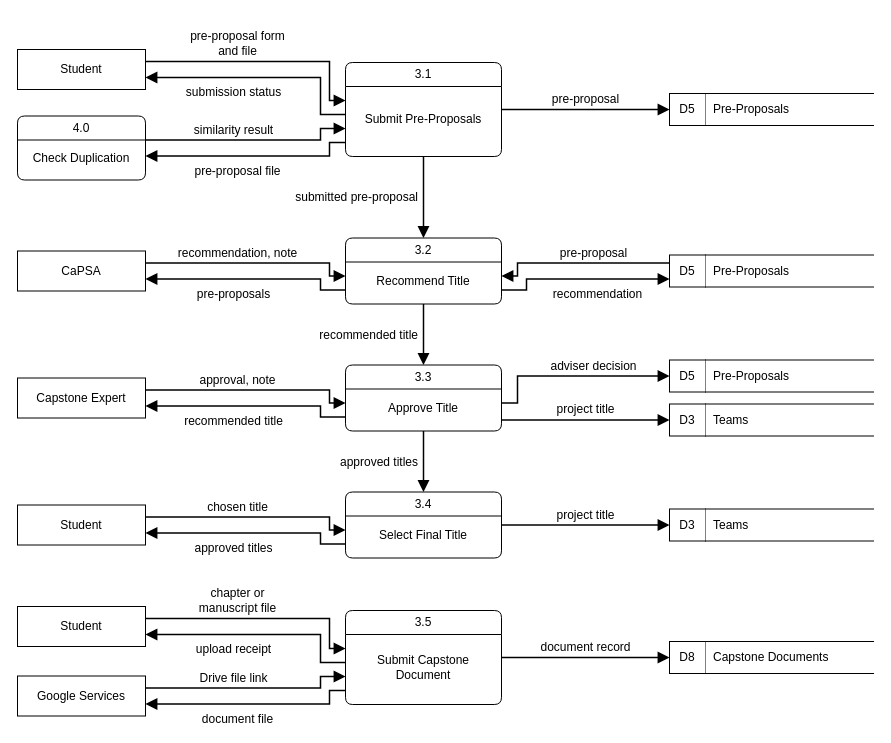
Before: docs/diagrams/06-dfd-level-1-3-manage-documents-titles.drawio in M21thony/capstrack, a draw.io diagram. Source tidied: cells renumbered, new cells numbered last; positions are measured from the earlier drawing's top-left corner, leaving out a move shared by most shapes. Both pictures are drawn from the tidied source at 100%, with x=0, y=0 at pixel (17, 49).
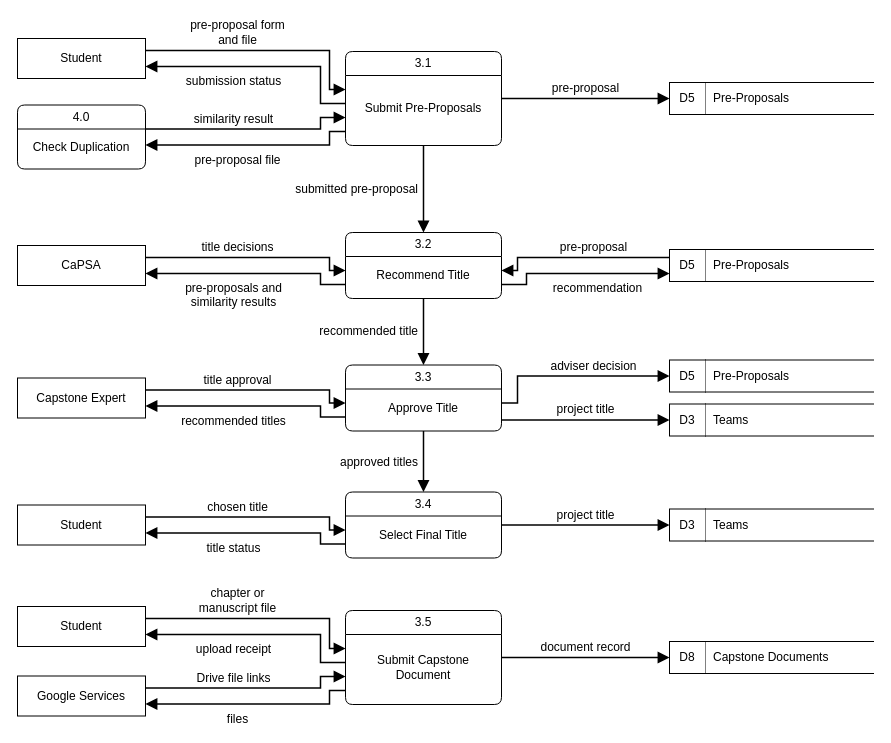
The same page after the edit.

Unchanged cells that the change refers to:
```xml
<mxCell id="25" value="Capstone Expert" style="rounded=0;whiteSpace=wrap;html=1;fillColor=#ffffff;fontSize=12;strokeColor=#000000;fontFamily=Helvetica;fontColor=#000000;" parent="1" vertex="1">
  <mxGeometry y="328.5" width="128" height="40" as="geometry" />
</mxCell>
<mxCell id="32" value="3.3" style="swimlane;shape=swimlane;rounded=1;arcSize=10;startSize=24;html=1;whiteSpace=wrap;fillColor=#ffffff;swimlaneFillColor=#ffffff;fontStyle=0;fontSize=12;strokeColor=#000000;fontFamily=Helvetica;fontColor=#000000;" parent="1" vertex="1">
  <mxGeometry x="328" y="315.5" width="156" height="66" as="geometry" />
</mxCell>
<mxCell id="38" value="Student" style="rounded=0;whiteSpace=wrap;html=1;fillColor=#ffffff;fontSize=12;strokeColor=#000000;fontFamily=Helvetica;fontColor=#000000;" parent="1" vertex="1">
  <mxGeometry y="455.5" width="128" height="40" as="geometry" />
</mxCell>
<mxCell id="42" value="3.4" style="swimlane;shape=swimlane;rounded=1;arcSize=10;startSize=24;html=1;whiteSpace=wrap;fillColor=#ffffff;swimlaneFillColor=#ffffff;fontStyle=0;fontSize=12;strokeColor=#000000;fontFamily=Helvetica;fontColor=#000000;" parent="1" vertex="1">
  <mxGeometry x="328" y="442.5" width="156" height="66" as="geometry" />
</mxCell>
<mxCell id="48" value="Google Services" style="rounded=0;whiteSpace=wrap;html=1;fillColor=#ffffff;fontSize=12;strokeColor=#000000;fontFamily=Helvetica;fontColor=#000000;" parent="1" vertex="1">
  <mxGeometry y="626.5" width="128" height="40" as="geometry" />
</mxCell>
<mxCell id="52" value="3.5" style="swimlane;shape=swimlane;rounded=1;arcSize=10;startSize=24;html=1;whiteSpace=wrap;fillColor=#ffffff;swimlaneFillColor=#ffffff;fontStyle=0;fontSize=12;strokeColor=#000000;fontFamily=Helvetica;fontColor=#000000;" parent="1" vertex="1">
  <mxGeometry x="328" y="561" width="156" height="94" as="geometry" />
</mxCell>
```

The edit, as a diff of the source:
```diff
@@
     <mxCell id="2" value="Student" style="rounded=0;whiteSpace=wrap;html=1;fillColor=#ffffff;fontSize=12;strokeColor=#000000;fontFamily=Helvetica;fontColor=#000000;" parent="1" vertex="1">
-      <mxGeometry width="128" height="40" as="geometry" />
+      <mxGeometry y="-11" width="128" height="40" as="geometry" />
     </mxCell>
     <mxCell id="3" value="4.0" style="swimlane;shape=swimlane;rounded=1;arcSize=10;startSize=24;html=1;whiteSpace=wrap;fillColor=#ffffff;swimlaneFillColor=#ffffff;fontStyle=0;fontSize=12;strokeColor=#000000;fontFamily=Helvetica;fontColor=#000000;" parent="1" vertex="1">
-      <mxGeometry y="66.5" width="128" height="64" as="geometry" />
+      <mxGeometry y="55.5" width="128" height="64" as="geometry" />
     </mxCell>
@@
     <mxCell id="5" style="rounded=0;html=1;fillColor=none;strokeColor=none;fontSize=12;" parent="1" vertex="1">
-      <mxGeometry x="652" y="44" width="204" height="32" as="geometry" />
+      <mxGeometry x="652" y="33" width="204" height="32" as="geometry" />
     </mxCell>
@@
     <mxCell id="8" value="3.1" style="swimlane;shape=swimlane;rounded=1;arcSize=10;startSize=24;html=1;whiteSpace=wrap;fillColor=#ffffff;swimlaneFillColor=#ffffff;fontStyle=0;fontSize=12;strokeColor=#000000;fontFamily=Helvetica;fontColor=#000000;" parent="1" vertex="1">
-      <mxGeometry x="328" y="13" width="156" height="94" as="geometry" />
+      <mxGeometry x="328" y="2" width="156" height="94" as="geometry" />
     </mxCell>
@@
     <mxCell id="10" value="pre-proposal form&lt;br&gt;and file" style="edgeStyle=orthogonalEdgeStyle;rounded=0;html=1;endArrow=block;endFill=1;endSize=8;strokeWidth=1.5;startArrow=none;strokeColor=#000000;fontFamily=Helvetica;fontColor=#000000;fontSize=12;labelBackgroundColor=#ffffff;verticalAlign=bottom;exitX=1;exitY=0.3;exitDx=0;exitDy=0;entryX=0;entryY=0.404255;entryDx=0;entryDy=0;" parent="1" edge="1" source="2" target="8">
       <mxGeometry x="-0.23" relative="1" as="geometry">
         <Array as="points">
-          <mxPoint x="312" y="12" />
-          <mxPoint x="312" y="51" />
+          <mxPoint x="312" y="1" />
+          <mxPoint x="312" y="40" />
         </Array>
         <mxPoint y="-1" as="offset" />
       </mxGeometry>
     </mxCell>
     <mxCell id="11" value="submission status" style="edgeStyle=orthogonalEdgeStyle;rounded=0;html=1;endArrow=block;endFill=1;endSize=8;strokeWidth=1.5;startArrow=none;strokeColor=#000000;fontFamily=Helvetica;fontColor=#000000;fontSize=12;labelBackgroundColor=#ffffff;verticalAlign=top;exitX=0;exitY=0.553191;exitDx=0;exitDy=0;entryX=1;entryY=0.7;entryDx=0;entryDy=0;" parent="1" edge="1" source="8" target="2">
       <mxGeometry x="0.26" relative="1" as="geometry">
         <Array as="points">
-          <mxPoint x="303" y="65" />
-          <mxPoint x="303" y="28" />
+          <mxPoint x="303" y="54" />
+          <mxPoint x="303" y="17" />
         </Array>
         <mxPoint y="1" as="offset" />
       </mxGeometry>
     </mxCell>
     <mxCell id="12" value="similarity result" style="edgeStyle=orthogonalEdgeStyle;rounded=0;html=1;endArrow=block;endFill=1;endSize=8;strokeWidth=1.5;startArrow=none;strokeColor=#000000;fontFamily=Helvetica;fontColor=#000000;fontSize=12;labelBackgroundColor=#ffffff;verticalAlign=bottom;exitX=1;exitY=0.375;exitDx=0;exitDy=0;entryX=0;entryY=0.702128;entryDx=0;entryDy=0;" parent="1" edge="1" source="3" target="8">
       <mxGeometry x="-0.17" relative="1" as="geometry">
         <Array as="points">
-          <mxPoint x="303" y="90.5" />
-          <mxPoint x="303" y="79" />
+          <mxPoint x="303" y="79.5" />
+          <mxPoint x="303" y="68" />
         </Array>
         <mxPoint y="-1" as="offset" />
       </mxGeometry>
     </mxCell>
     <mxCell id="13" value="pre-proposal file" style="edgeStyle=orthogonalEdgeStyle;rounded=0;html=1;endArrow=block;endFill=1;endSize=8;strokeWidth=1.5;startArrow=none;strokeColor=#000000;fontFamily=Helvetica;fontColor=#000000;fontSize=12;labelBackgroundColor=#ffffff;verticalAlign=top;exitX=0;exitY=0.851064;exitDx=0;exitDy=0;entryX=1;entryY=0.625;entryDx=0;entryDy=0;" parent="1" edge="1" source="8" target="3">
       <mxGeometry x="0.14" relative="1" as="geometry">
         <Array as="points">
-          <mxPoint x="312" y="93" />
-          <mxPoint x="312" y="106.5" />
+          <mxPoint x="312" y="82" />
+          <mxPoint x="312" y="95.5" />
         </Array>
         <mxPoint y="1" as="offset" />
       </mxGeometry>
     </mxCell>
@@
     <mxCell id="15" value="CaPSA" style="rounded=0;whiteSpace=wrap;html=1;fillColor=#ffffff;fontSize=12;strokeColor=#000000;fontFamily=Helvetica;fontColor=#000000;" parent="1" vertex="1">
-      <mxGeometry y="201.5" width="128" height="40" as="geometry" />
+      <mxGeometry y="196" width="128" height="40" as="geometry" />
     </mxCell>
     <mxCell id="16" style="rounded=0;html=1;fillColor=none;strokeColor=none;fontSize=12;" parent="1" vertex="1">
-      <mxGeometry x="652" y="205.5" width="204" height="32" as="geometry" />
+      <mxGeometry x="652" y="200" width="204" height="32" as="geometry" />
     </mxCell>
@@
     <mxCell id="19" value="3.2" style="swimlane;shape=swimlane;rounded=1;arcSize=10;startSize=24;html=1;whiteSpace=wrap;fillColor=#ffffff;swimlaneFillColor=#ffffff;fontStyle=0;fontSize=12;strokeColor=#000000;fontFamily=Helvetica;fontColor=#000000;" parent="1" vertex="1">
-      <mxGeometry x="328" y="188.5" width="156" height="66" as="geometry" />
+      <mxGeometry x="328" y="183" width="156" height="66" as="geometry" />
     </mxCell>
@@
-    <mxCell id="21" value="recommendation, note" style="edgeStyle=orthogonalEdgeStyle;rounded=0;html=1;endArrow=block;endFill=1;endSize=8;strokeWidth=1.5;startArrow=none;strokeColor=#000000;fontFamily=Helvetica;fontColor=#000000;fontSize=12;labelBackgroundColor=#ffffff;verticalAlign=bottom;exitX=1;exitY=0.3;exitDx=0;exitDy=0;entryX=0;entryY=0.575758;entryDx=0;entryDy=0;" parent="1" edge="1" source="15" target="19">
+    <mxCell id="21" value="title decisions" style="edgeStyle=orthogonalEdgeStyle;rounded=0;html=1;endArrow=block;endFill=1;endSize=8;strokeWidth=1.5;startArrow=none;strokeColor=#000000;fontFamily=Helvetica;fontColor=#000000;fontSize=12;labelBackgroundColor=#ffffff;verticalAlign=bottom;exitX=1;exitY=0.3;exitDx=0;exitDy=0;entryX=0;entryY=0.575758;entryDx=0;entryDy=0;" parent="1" edge="1" source="15" target="19">
       <mxGeometry x="-0.14" relative="1" as="geometry">
         <Array as="points">
-          <mxPoint x="312" y="213.5" />
-          <mxPoint x="312" y="226.5" />
+          <mxPoint x="312" y="208" />
+          <mxPoint x="312" y="221" />
         </Array>
         <mxPoint y="-1" as="offset" />
       </mxGeometry>
     </mxCell>
-    <mxCell id="22" value="pre-proposals" style="edgeStyle=orthogonalEdgeStyle;rounded=0;html=1;endArrow=block;endFill=1;endSize=8;strokeWidth=1.5;startArrow=none;strokeColor=#000000;fontFamily=Helvetica;fontColor=#000000;fontSize=12;labelBackgroundColor=#ffffff;verticalAlign=top;exitX=0;exitY=0.787879;exitDx=0;exitDy=0;entryX=1;entryY=0.7;entryDx=0;entryDy=0;" parent="1" edge="1" source="19" target="15">
+    <mxCell id="22" value="pre-proposals and&lt;br&gt;similarity results" style="edgeStyle=orthogonalEdgeStyle;rounded=0;html=1;endArrow=block;endFill=1;endSize=8;strokeWidth=1.5;startArrow=none;strokeColor=#000000;fontFamily=Helvetica;fontColor=#000000;fontSize=12;labelBackgroundColor=#ffffff;verticalAlign=top;exitX=0;exitY=0.787879;exitDx=0;exitDy=0;entryX=1;entryY=0.7;entryDx=0;entryDy=0;" parent="1" edge="1" source="19" target="15">
       <mxGeometry x="0.17" relative="1" as="geometry">
         <Array as="points">
-          <mxPoint x="303" y="240.5" />
-          <mxPoint x="303" y="229.5" />
+          <mxPoint x="303" y="235" />
+          <mxPoint x="303" y="224" />
         </Array>
         <mxPoint y="1" as="offset" />
       </mxGeometry>
     </mxCell>
     <mxCell id="23" value="pre-proposal" style="edgeStyle=orthogonalEdgeStyle;rounded=0;html=1;endArrow=block;endFill=1;endSize=8;strokeWidth=1.5;startArrow=none;strokeColor=#000000;fontFamily=Helvetica;fontColor=#000000;fontSize=12;labelBackgroundColor=#ffffff;verticalAlign=bottom;exitX=0;exitY=0.25;exitDx=0;exitDy=0;entryX=1;entryY=0.575758;entryDx=0;entryDy=0;" parent="1" edge="1" source="16" target="19">
       <mxGeometry x="-0.16" relative="1" as="geometry">
         <Array as="points">
-          <mxPoint x="500" y="213.5" />
-          <mxPoint x="500" y="226.5" />
+          <mxPoint x="500" y="208" />
+          <mxPoint x="500" y="221" />
         </Array>
         <mxPoint y="-1" as="offset" />
       </mxGeometry>
     </mxCell>
     <mxCell id="24" value="recommendation" style="edgeStyle=orthogonalEdgeStyle;rounded=0;html=1;endArrow=block;endFill=1;endSize=8;strokeWidth=1.5;startArrow=none;strokeColor=#000000;fontFamily=Helvetica;fontColor=#000000;fontSize=12;labelBackgroundColor=#ffffff;verticalAlign=top;exitX=1;exitY=0.787879;exitDx=0;exitDy=0;entryX=0;entryY=0.75;entryDx=0;entryDy=0;" parent="1" edge="1" source="19" target="16">
       <mxGeometry x="0.2" relative="1" as="geometry">
         <Array as="points">
-          <mxPoint x="509" y="240.5" />
-          <mxPoint x="509" y="229.5" />
+          <mxPoint x="509" y="235" />
+          <mxPoint x="509" y="224" />
         </Array>
         <mxPoint y="1" as="offset" />
       </mxGeometry>
     </mxCell>
@@
-    <mxCell id="34" value="approval, note" style="edgeStyle=orthogonalEdgeStyle;rounded=0;html=1;endArrow=block;endFill=1;endSize=8;strokeWidth=1.5;startArrow=none;strokeColor=#000000;fontFamily=Helvetica;fontColor=#000000;fontSize=12;labelBackgroundColor=#ffffff;verticalAlign=bottom;exitX=1;exitY=0.3;exitDx=0;exitDy=0;entryX=0;entryY=0.575758;entryDx=0;entryDy=0;" parent="1" edge="1" source="25" target="32">
+    <mxCell id="34" value="title approval" style="edgeStyle=orthogonalEdgeStyle;rounded=0;html=1;endArrow=block;endFill=1;endSize=8;strokeWidth=1.5;startArrow=none;strokeColor=#000000;fontFamily=Helvetica;fontColor=#000000;fontSize=12;labelBackgroundColor=#ffffff;verticalAlign=bottom;exitX=1;exitY=0.3;exitDx=0;exitDy=0;entryX=0;entryY=0.575758;entryDx=0;entryDy=0;" parent="1" edge="1" source="25" target="32">
       <mxGeometry x="-0.14" relative="1" as="geometry">
         <Array as="points">
           <mxPoint x="312" y="340.5" />
           <mxPoint x="312" y="353.5" />
         </Array>
         <mxPoint y="-1" as="offset" />
       </mxGeometry>
     </mxCell>
-    <mxCell id="35" value="recommended title" style="edgeStyle=orthogonalEdgeStyle;rounded=0;html=1;endArrow=block;endFill=1;endSize=8;strokeWidth=1.5;startArrow=none;strokeColor=#000000;fontFamily=Helvetica;fontColor=#000000;fontSize=12;labelBackgroundColor=#ffffff;verticalAlign=top;exitX=0;exitY=0.787879;exitDx=0;exitDy=0;entryX=1;entryY=0.7;entryDx=0;entryDy=0;" parent="1" edge="1" source="32" target="25">
+    <mxCell id="35" value="recommended titles" style="edgeStyle=orthogonalEdgeStyle;rounded=0;html=1;endArrow=block;endFill=1;endSize=8;strokeWidth=1.5;startArrow=none;strokeColor=#000000;fontFamily=Helvetica;fontColor=#000000;fontSize=12;labelBackgroundColor=#ffffff;verticalAlign=top;exitX=0;exitY=0.787879;exitDx=0;exitDy=0;entryX=1;entryY=0.7;entryDx=0;entryDy=0;" parent="1" edge="1" source="32" target="25">
       <mxGeometry x="0.17" relative="1" as="geometry">
         <Array as="points">
           <mxPoint x="303" y="367.5" />
           <mxPoint x="303" y="356.5" />
         </Array>
         <mxPoint y="1" as="offset" />
       </mxGeometry>
     </mxCell>
@@
-    <mxCell id="45" value="approved titles" style="edgeStyle=orthogonalEdgeStyle;rounded=0;html=1;endArrow=block;endFill=1;endSize=8;strokeWidth=1.5;startArrow=none;strokeColor=#000000;fontFamily=Helvetica;fontColor=#000000;fontSize=12;labelBackgroundColor=#ffffff;verticalAlign=top;exitX=0;exitY=0.787879;exitDx=0;exitDy=0;entryX=1;entryY=0.7;entryDx=0;entryDy=0;" parent="1" edge="1" source="42" target="38">
+    <mxCell id="45" value="title status" style="edgeStyle=orthogonalEdgeStyle;rounded=0;html=1;endArrow=block;endFill=1;endSize=8;strokeWidth=1.5;startArrow=none;strokeColor=#000000;fontFamily=Helvetica;fontColor=#000000;fontSize=12;labelBackgroundColor=#ffffff;verticalAlign=top;exitX=0;exitY=0.787879;exitDx=0;exitDy=0;entryX=1;entryY=0.7;entryDx=0;entryDy=0;" parent="1" edge="1" source="42" target="38">
       <mxGeometry x="0.17" relative="1" as="geometry">
         <Array as="points">
           <mxPoint x="303" y="494.5" />
           <mxPoint x="303" y="483.5" />
         </Array>
         <mxPoint y="1" as="offset" />
       </mxGeometry>
     </mxCell>
@@
-    <mxCell id="56" value="Drive file link" style="edgeStyle=orthogonalEdgeStyle;rounded=0;html=1;endArrow=block;endFill=1;endSize=8;strokeWidth=1.5;startArrow=none;strokeColor=#000000;fontFamily=Helvetica;fontColor=#000000;fontSize=12;labelBackgroundColor=#ffffff;verticalAlign=bottom;exitX=1;exitY=0.3;exitDx=0;exitDy=0;entryX=0;entryY=0.702128;entryDx=0;entryDy=0;" parent="1" edge="1" source="48" target="52">
+    <mxCell id="56" value="Drive file links" style="edgeStyle=orthogonalEdgeStyle;rounded=0;html=1;endArrow=block;endFill=1;endSize=8;strokeWidth=1.5;startArrow=none;strokeColor=#000000;fontFamily=Helvetica;fontColor=#000000;fontSize=12;labelBackgroundColor=#ffffff;verticalAlign=bottom;exitX=1;exitY=0.3;exitDx=0;exitDy=0;entryX=0;entryY=0.702128;entryDx=0;entryDy=0;" parent="1" edge="1" source="48" target="52">
       <mxGeometry x="-0.17" relative="1" as="geometry">
         <Array as="points">
           <mxPoint x="303" y="638.5" />
           <mxPoint x="303" y="627" />
         </Array>
         <mxPoint y="-1" as="offset" />
       </mxGeometry>
     </mxCell>
-    <mxCell id="57" value="document file" style="edgeStyle=orthogonalEdgeStyle;rounded=0;html=1;endArrow=block;endFill=1;endSize=8;strokeWidth=1.5;startArrow=none;strokeColor=#000000;fontFamily=Helvetica;fontColor=#000000;fontSize=12;labelBackgroundColor=#ffffff;verticalAlign=top;exitX=0;exitY=0.851064;exitDx=0;exitDy=0;entryX=1;entryY=0.7;entryDx=0;entryDy=0;" parent="1" edge="1" source="52" target="48">
+    <mxCell id="57" value="files" style="edgeStyle=orthogonalEdgeStyle;rounded=0;html=1;endArrow=block;endFill=1;endSize=8;strokeWidth=1.5;startArrow=none;strokeColor=#000000;fontFamily=Helvetica;fontColor=#000000;fontSize=12;labelBackgroundColor=#ffffff;verticalAlign=top;exitX=0;exitY=0.851064;exitDx=0;exitDy=0;entryX=1;entryY=0.7;entryDx=0;entryDy=0;" parent="1" edge="1" source="52" target="48">
       <mxGeometry x="0.14" relative="1" as="geometry">
         <Array as="points">
           <mxPoint x="312" y="641" />
           <mxPoint x="312" y="654.5" />
         </Array>
         <mxPoint y="1" as="offset" />
       </mxGeometry>
     </mxCell>
```
